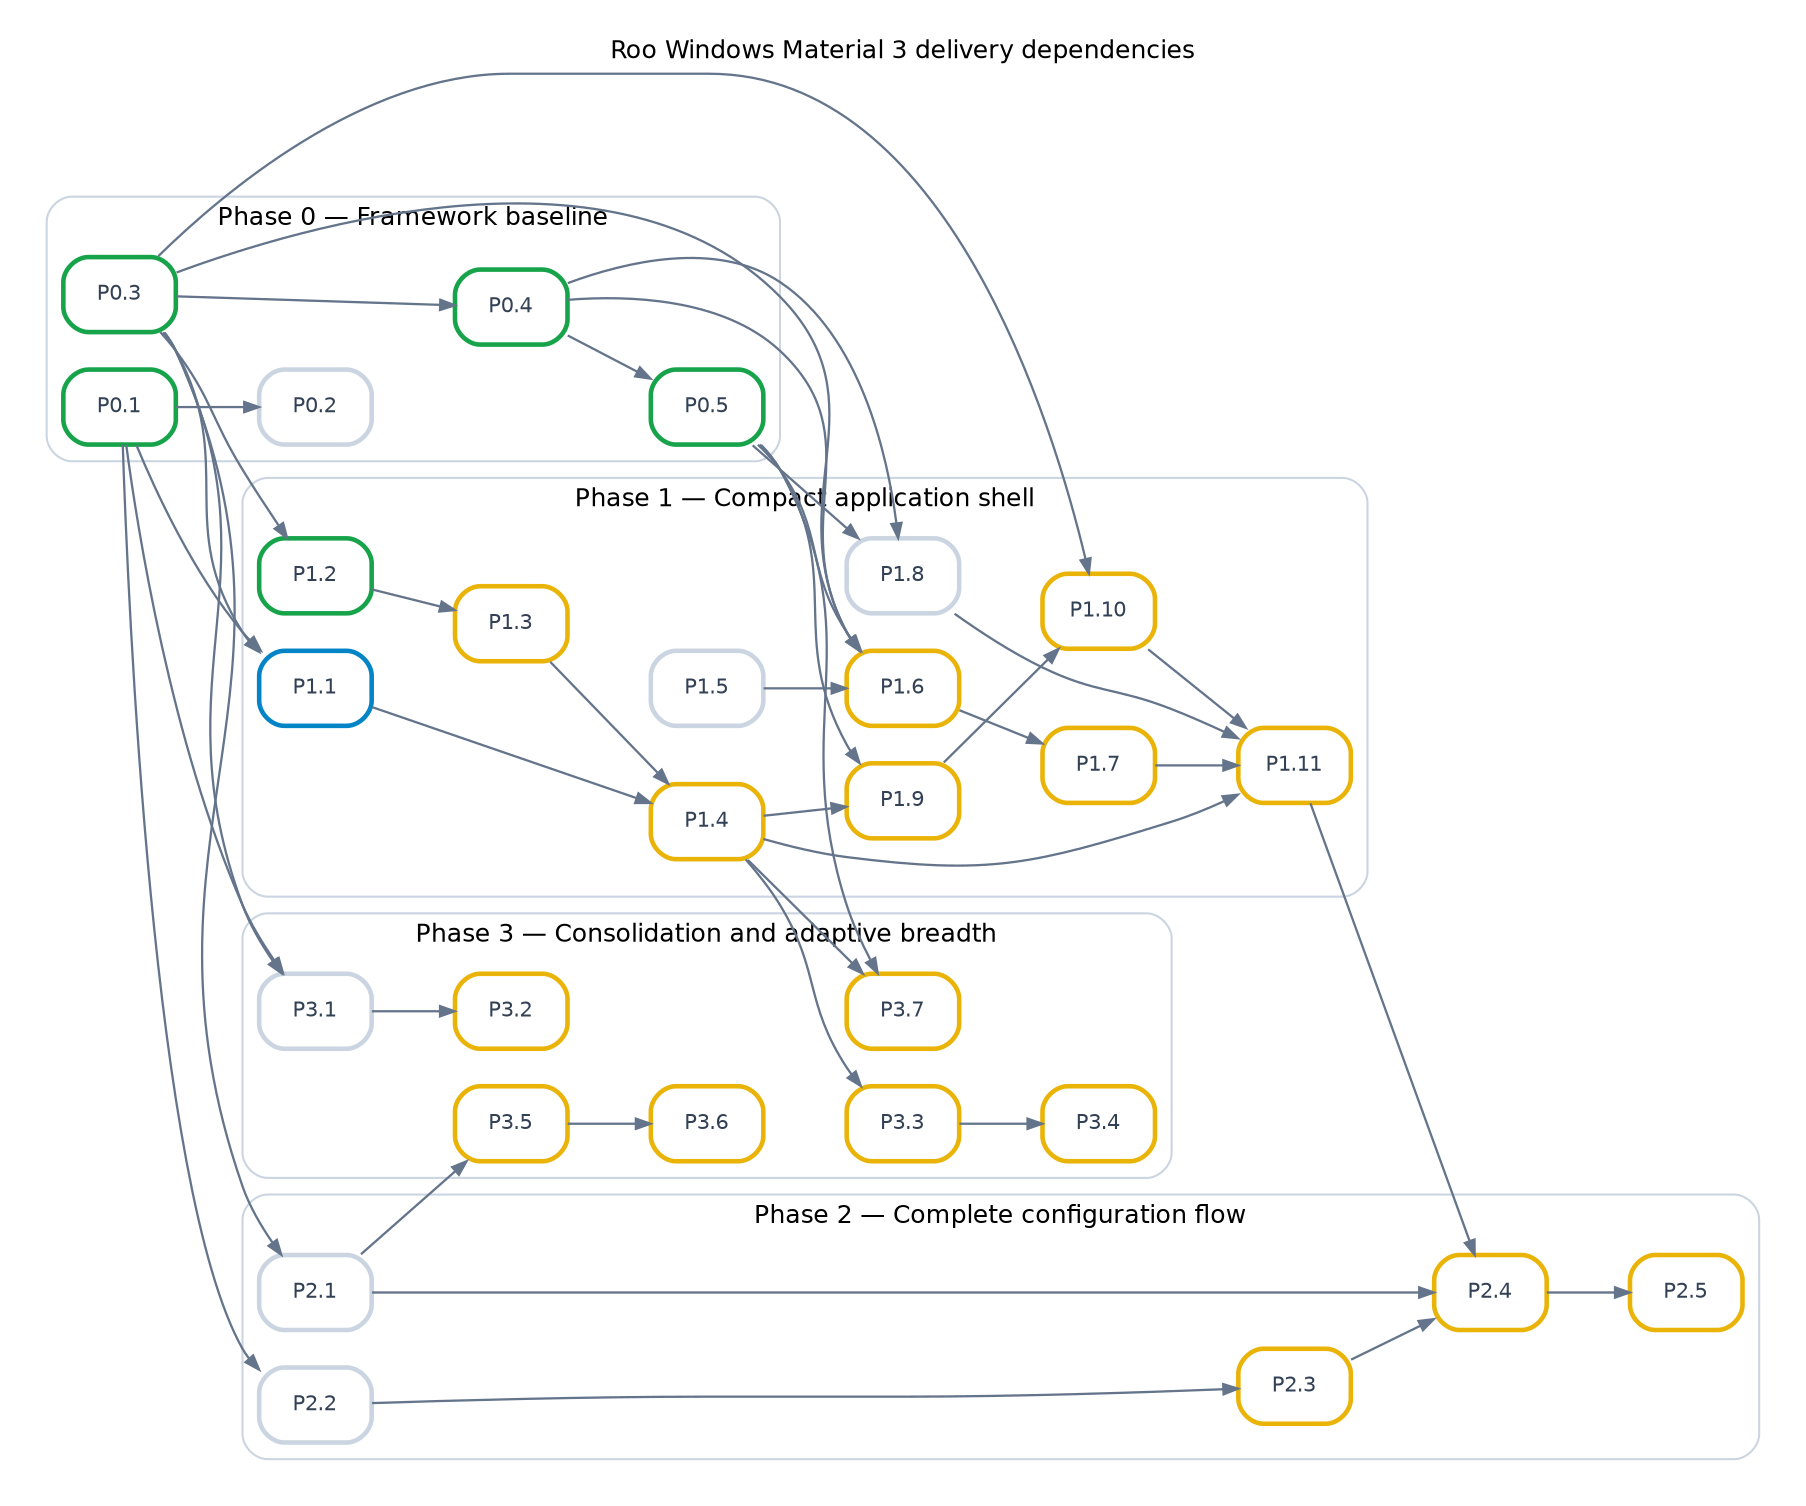
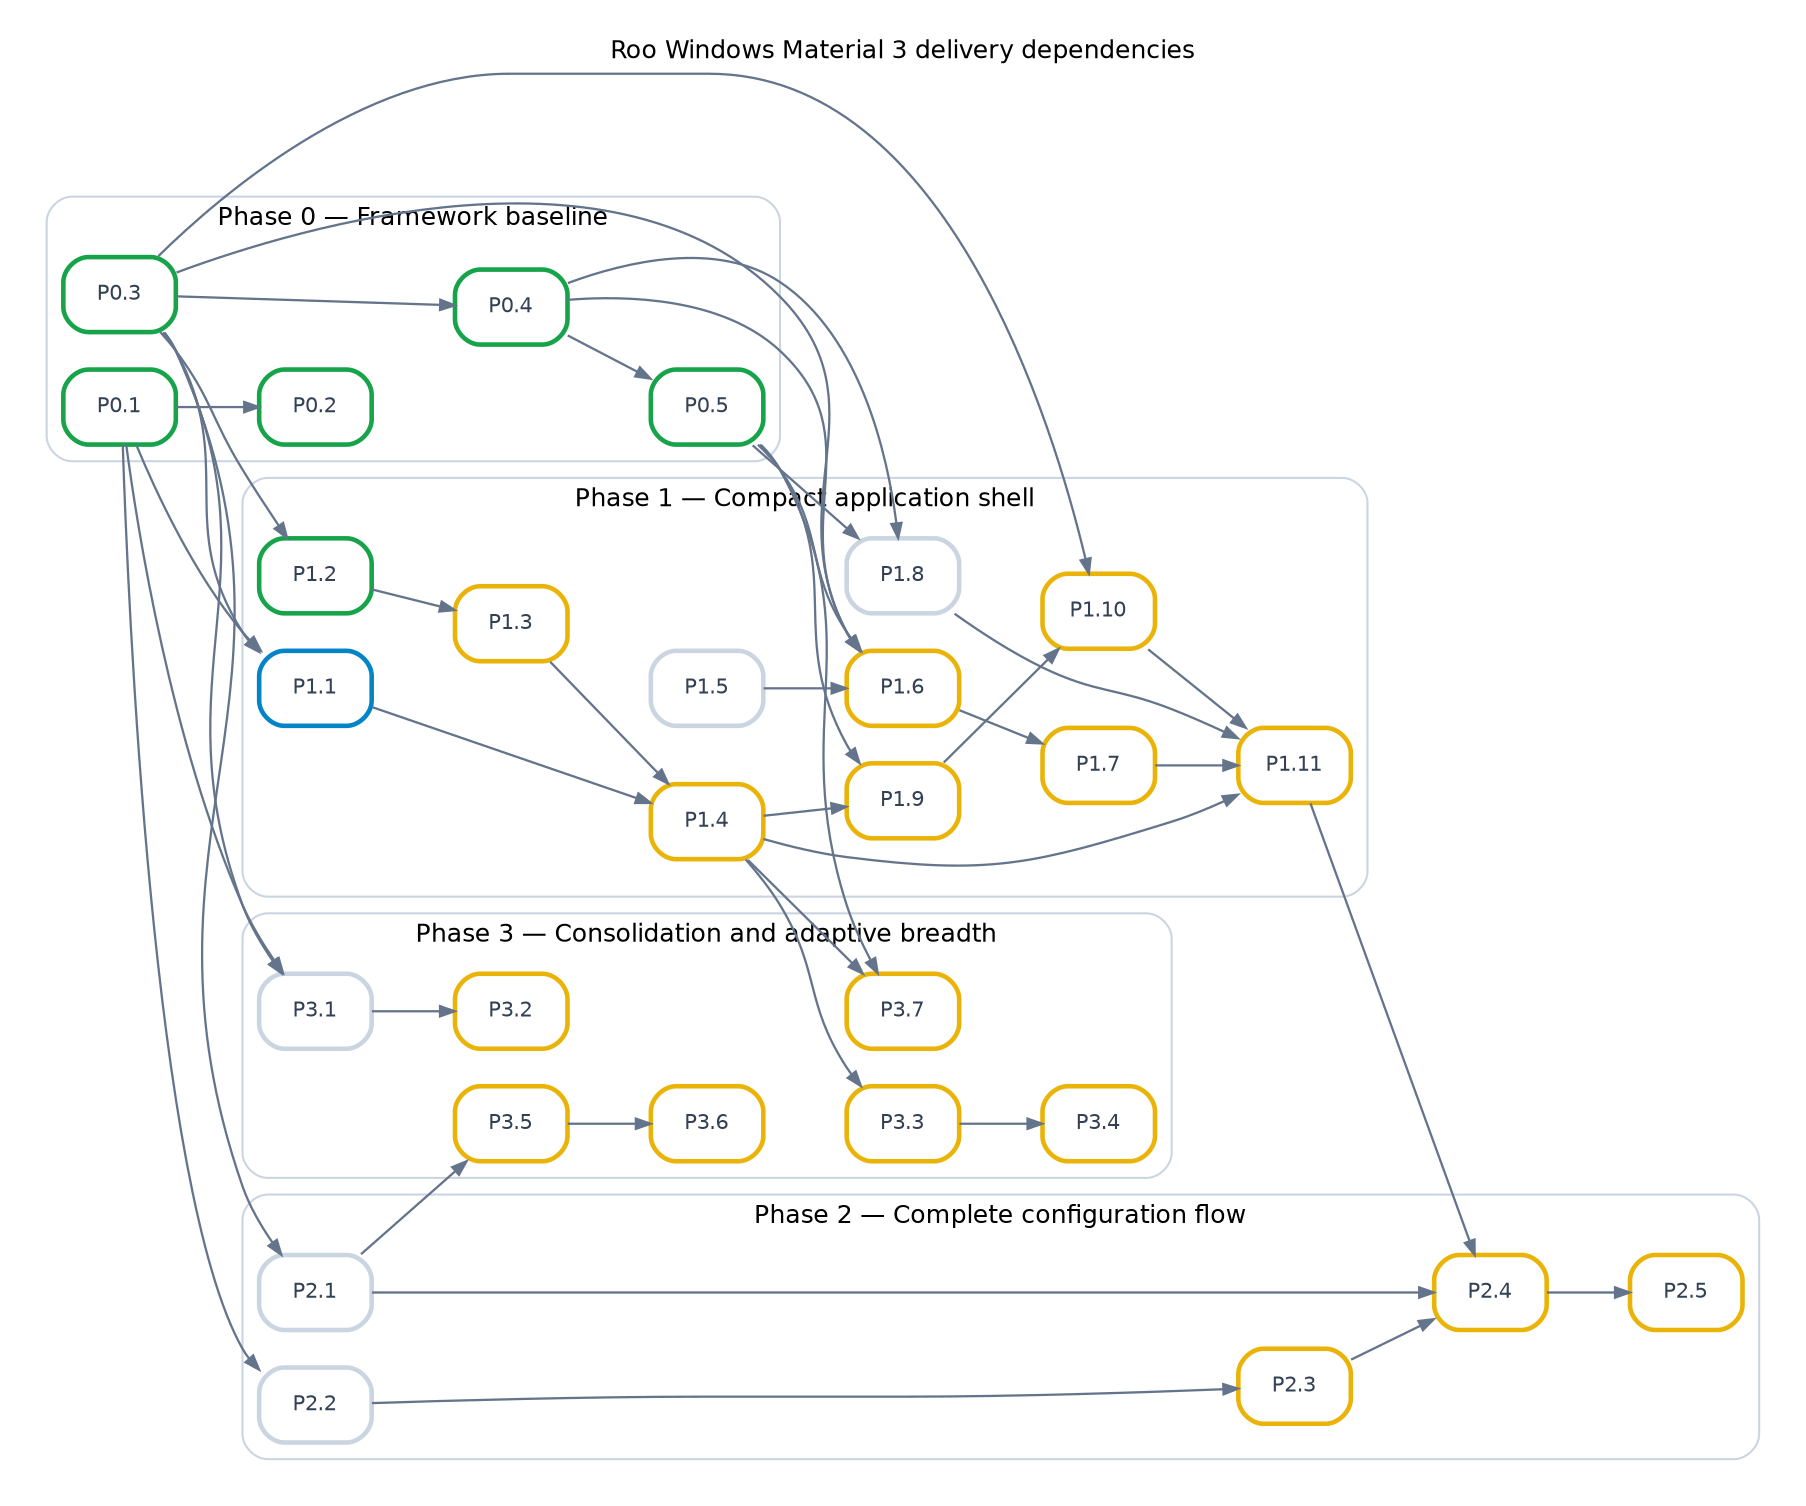
// Source for material3_roadmap_dependencies.svg.
// Keep the full dependency set here. Generate the displayed transitive
// reduction from the repository root with:
//   tred docs/material3_roadmap_dependencies.dot | \
//     dot -Tsvg -o docs/material3_roadmap_dependencies.svg
digraph material3_roadmap_dependencies {
  graph [
    rankdir=LR,
    newrank=true,
    bgcolor="#FFFFFF",
    pad=0.2,
    nodesep=0.25,
    ranksep=0.55,
    fontname="DejaVu Sans",
    fontsize=12,
    labelloc=t,
    label="Roo Windows Material 3 delivery dependencies"
  ];
  node [
    shape=box,
    style="rounded,filled",
    margin="0.10,0.06",
    fontname="DejaVu Sans",
    fontsize=10,
    penwidth=2.2,
    target="_top",
    fillcolor="#FFFFFF",
    color="#EAB308",
    fontcolor="#334155"
  ];
  edge [color="#64748B", arrowsize=0.7, penwidth=1.1];

  subgraph cluster_phase0 {
    label="Phase 0 — Framework baseline";
    color="#CBD5E1";
    style="rounded";

    p0_1 [label="P0.1", fillcolor="#FFFFFF", color="#16A34A",
          fontcolor="#334155", URL="material3_roadmap.md#p0-1",
          tooltip="Theme ownership split"];
-     p0_2 [label="P0.2", fillcolor="#FFFFFF", color="#CBD5E1",
+     p0_2 [label="P0.2", fillcolor="#FFFFFF", color="#16A34A",
          fontcolor="#334155", URL="material3_roadmap.md#p0-2",
          tooltip="Supported-target baseline for the theme split"];
    p0_3 [label="P0.3", fillcolor="#FFFFFF", color="#16A34A",
          fontcolor="#334155", URL="material3_roadmap.md#p0-3",
          tooltip="Keyboard/focus framework"];
    p0_4 [label="P0.4", fillcolor="#FFFFFF", color="#16A34A",
          fontcolor="#334155", URL="material3_roadmap.md#p0-4",
          tooltip="Semantic Back/Escape routing"];
    p0_5 [label="P0.5", fillcolor="#FFFFFF", color="#16A34A",
          fontcolor="#334155", URL="material3_roadmap.md#p0-5",
          tooltip="Interactive-transient slot and dialog lifetime migration"];
  }

  subgraph cluster_phase1 {
    label="Phase 1 — Compact application shell";
    color="#CBD5E1";
    style="rounded";

    p1_1 [label="P1.1", fillcolor="#FFFFFF", color="#0284C7",
          fontcolor="#334155", URL="material3_roadmap.md#p1-1",
          tooltip="Finish app-bar component verification"];
    p1_2 [label="P1.2", fillcolor="#FFFFFF", color="#16A34A",
          fontcolor="#334155", URL="material3_roadmap.md#p1-2",
          tooltip="Amend the navigation-bar design for keyboard operation"];
    p1_3 [label="P1.3", URL="material3_roadmap.md#p1-3",
          tooltip="Implement compact navigation bar"];
    p1_4 [label="P1.4", URL="material3_roadmap.md#p1-4",
          tooltip="Implement the compact LayoutScaffold slice"];
    p1_5 [label="P1.5", fillcolor="#FFFFFF", color="#CBD5E1",
          fontcolor="#334155", URL="material3_roadmap.md#p1-5",
          tooltip="Implement the shared presentation-pin host"];
    p1_6 [label="P1.6", URL="material3_roadmap.md#p1-6",
          tooltip="Reconcile menu ownership and input design"];
    p1_7 [label="P1.7", URL="material3_roadmap.md#p1-7",
          tooltip="Implement Material 3 menus"];
    p1_8 [label="P1.8", fillcolor="#FFFFFF", color="#CBD5E1",
          fontcolor="#334155", URL="material3_roadmap.md#p1-8",
          tooltip="Implement basic Material 3 dialogs"];
    p1_9 [label="P1.9", URL="material3_roadmap.md#p1-9",
          tooltip="Reconcile snackbar queue ownership design"];
    p1_10 [label="P1.10", URL="material3_roadmap.md#p1-10",
           tooltip="Implement snackbar widget, presenter, and queue"];
    p1_11 [label="P1.11", URL="material3_roadmap.md#p1-11",
           tooltip="Integrate the compact settings shell"];
  }

  subgraph cluster_phase2 {
    label="Phase 2 — Complete configuration flow";
    color="#CBD5E1";
    style="rounded";

    p2_1 [label="P2.1", fillcolor="#FFFFFF", color="#CBD5E1",
          fontcolor="#334155", URL="material3_roadmap.md#p2-1",
          tooltip="Implement single-line Material 3 text fields"];
    p2_2 [label="P2.2", fillcolor="#FFFFFF", color="#CBD5E1",
          fontcolor="#334155", URL="material3_roadmap.md#p2-2",
          tooltip="Design progress indicators"];
    p2_3 [label="P2.3", URL="material3_roadmap.md#p2-3",
          tooltip="Implement progress indicators"];
    p2_4 [label="P2.4", URL="material3_roadmap.md#p2-4",
          tooltip="Implement the Material 3 Wi-Fi configuration flow"];
    p2_5 [label="P2.5", URL="material3_roadmap.md#p2-5",
          tooltip="Verify the configuration flow on target"];
  }

  subgraph cluster_phase3 {
    label="Phase 3 — Consolidation and adaptive breadth";
    color="#CBD5E1";
    style="rounded";

    p3_1 [label="P3.1", fillcolor="#FFFFFF", color="#CBD5E1",
          fontcolor="#334155", URL="material3_roadmap.md#p3-1",
          tooltip="Specify the existing card, checkbox, radio-button, and switch families"];
    p3_2 [label="P3.2", URL="material3_roadmap.md#p3-2",
          tooltip="Reconcile existing control implementations with P3.1"];
    p3_3 [label="P3.3", URL="material3_roadmap.md#p3-3",
          tooltip="Design adaptive navigation orchestration"];
    p3_4 [label="P3.4", URL="material3_roadmap.md#p3-4",
          tooltip="Implement adaptive navigation"];
    p3_5 [label="P3.5", URL="material3_roadmap.md#p3-5",
          tooltip="Design multiline editing and composition"];
    p3_6 [label="P3.6", URL="material3_roadmap.md#p3-6",
          tooltip="Implement multiline Material 3 text fields"];
    p3_7 [label="P3.7", URL="material3_roadmap.md#p3-7",
          tooltip="Implement modal sheets and adopt transient lifetime"];
  }

  p0_1 -> p0_2;
  p0_3 -> p0_4 -> p0_5;

  p0_1 -> p1_1;
  p0_3 -> p1_1;
  p0_3 -> p1_2;
  p1_2 -> p1_3;
  p1_1 -> p1_4;
  p1_3 -> p1_4;
  p0_3 -> p1_6;
  p0_4 -> p1_6;
  p0_5 -> p1_6;
  p1_5 -> p1_6 -> p1_7;
  p0_4 -> p1_8;
  p0_5 -> p1_8;
  p0_5 -> p1_9;
  p1_4 -> p1_9;
  p0_3 -> p1_10;
  p1_9 -> p1_10;
  p1_4 -> p1_11;
  p1_7 -> p1_11;
  p1_8 -> p1_11;
  p1_10 -> p1_11;

  p0_3 -> p2_1;
  p0_1 -> p2_2;
  p2_2 -> p2_3;
  p1_11 -> p2_4;
  p2_1 -> p2_4;
  p2_3 -> p2_4 -> p2_5;

  p0_1 -> p3_1;
  p0_3 -> p3_1;
  p3_1 -> p3_2;
  p1_4 -> p3_3 -> p3_4;
  p2_1 -> p3_5 -> p3_6;
  p0_5 -> p3_7;
  p1_4 -> p3_7;
}
